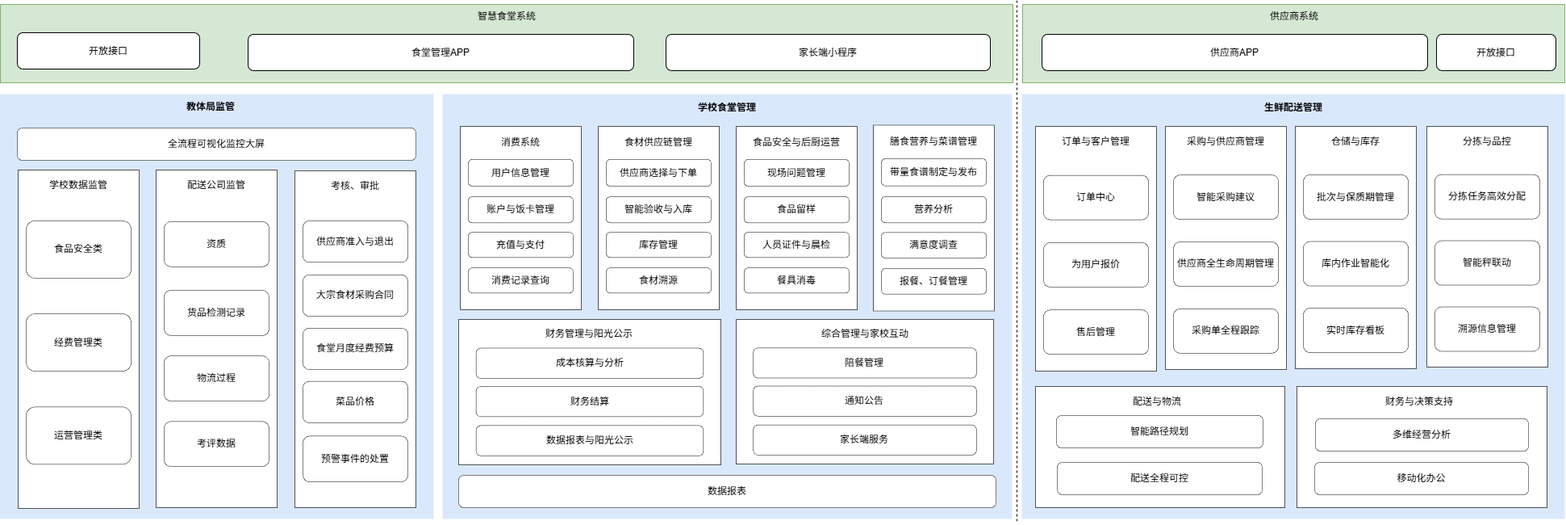
liolay/draw keeps this draw.io diagram as 阳光食堂.drawio.png. Above is the earlier version. Source tidied: cells renumbered, new cells last; positions are measured from the earlier drawing's top-left corner, leaving out a move shared by most shapes.
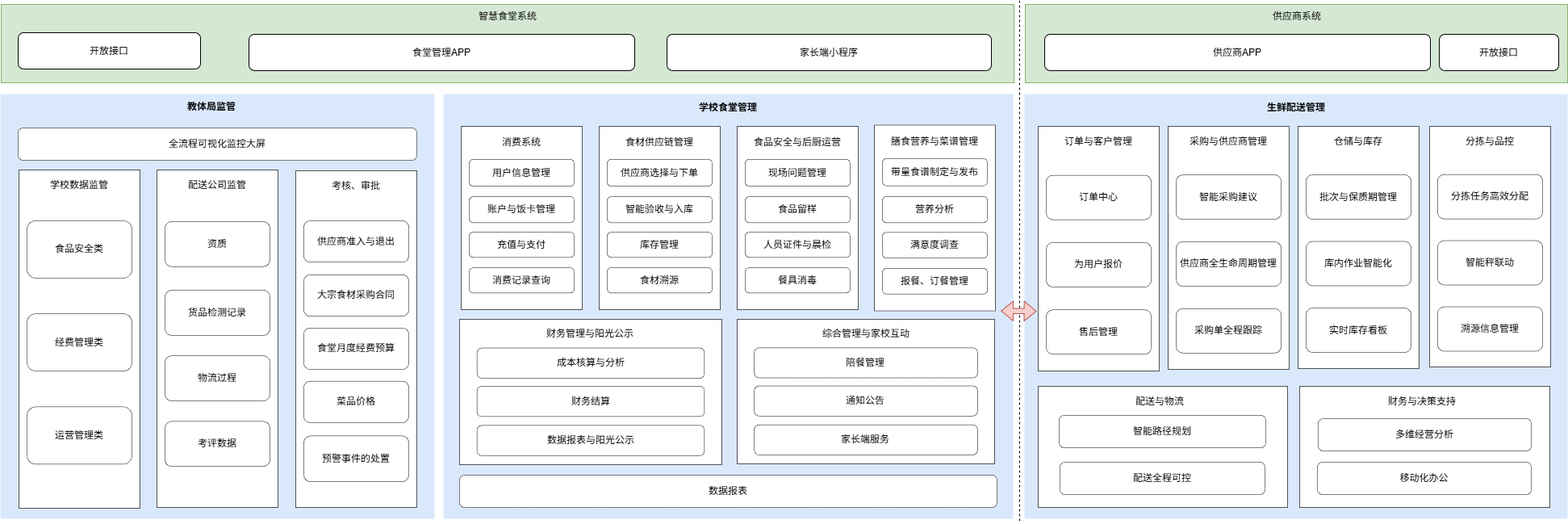
After the commit.

Commit message:
更新阳光食堂.drawio.png

The edit, as a diff of the source:
```diff
@@ -6,13 +6,13 @@
       <mxGeometry y="116" width="538" height="526" as="geometry" />
     </mxCell>
     <mxCell id="3" style="rounded=0;whiteSpace=wrap;html=1;fillColor=#dae8fc;strokeColor=none;shadow=0;glass=0;" parent="1" vertex="1">
-      <mxGeometry x="1267" y="116" width="673" height="526" as="geometry" />
+      <mxGeometry x="1269" y="116" width="673" height="526" as="geometry" />
     </mxCell>
     <mxCell id="4" value="生鲜配送管理" style="text;html=1;whiteSpace=wrap;strokeColor=none;fillColor=none;align=center;verticalAlign=middle;rounded=0;fontStyle=1;" parent="1" vertex="1">
-      <mxGeometry x="1558.5" y="118" width="90" height="30" as="geometry" />
+      <mxGeometry x="1560.5" y="118" width="90" height="30" as="geometry" />
     </mxCell>
     <mxCell id="5" style="group;" parent="1" vertex="1">
-      <mxGeometry x="1445" y="156" width="150" height="301" as="geometry" />
+      <mxGeometry x="1447" y="156" width="150" height="301" as="geometry" />
     </mxCell>
     <mxCell id="6" style="rounded=0;whiteSpace=wrap;html=1;strokeWidth=0.5;" parent="5" vertex="1">
       <mxGeometry width="150" height="301" as="geometry" />
@@ -30,7 +30,7 @@
       <mxGeometry x="10" y="225.7" width="130" height="55" as="geometry" />
     </mxCell>
     <mxCell id="11" style="group;" parent="1" vertex="1">
-      <mxGeometry x="1606" y="156" width="150" height="300" as="geometry" />
+      <mxGeometry x="1608" y="156" width="150" height="300" as="geometry" />
     </mxCell>
     <mxCell id="12" style="rounded=0;whiteSpace=wrap;html=1;strokeWidth=0.5;" parent="11" vertex="1">
       <mxGeometry width="150" height="300" as="geometry" />
@@ -48,7 +48,7 @@
       <mxGeometry x="10" y="225" width="130" height="55" as="geometry" />
     </mxCell>
     <mxCell id="17" style="group;" parent="1" vertex="1">
-      <mxGeometry x="1769" y="156" width="150" height="298" as="geometry" />
+      <mxGeometry x="1771" y="156" width="150" height="298" as="geometry" />
     </mxCell>
     <mxCell id="18" style="rounded=0;whiteSpace=wrap;html=1;strokeWidth=0.5;" parent="17" vertex="1">
       <mxGeometry width="150" height="298" as="geometry" />
@@ -66,28 +66,28 @@
       <mxGeometry x="10" y="223.5" width="130" height="55" as="geometry" />
     </mxCell>
     <mxCell id="23" style="rounded=0;whiteSpace=wrap;html=1;strokeWidth=0.5;" parent="1" vertex="1">
-      <mxGeometry x="1284" y="478" width="309" height="150" as="geometry" />
+      <mxGeometry x="1286" y="478" width="309" height="150" as="geometry" />
     </mxCell>
     <mxCell id="24" value="配送与物流" style="text;html=1;whiteSpace=wrap;strokeColor=none;fillColor=none;align=center;verticalAlign=middle;rounded=0;" parent="1" vertex="1">
-      <mxGeometry x="1395" y="487" width="80" height="20" as="geometry" />
+      <mxGeometry x="1397" y="487" width="80" height="20" as="geometry" />
     </mxCell>
     <mxCell id="25" value="智能路径规划" style="rounded=1;whiteSpace=wrap;html=1;strokeWidth=0.5;" parent="1" vertex="1">
-      <mxGeometry x="1310" y="514" width="256" height="40" as="geometry" />
+      <mxGeometry x="1312" y="514" width="256" height="40" as="geometry" />
     </mxCell>
     <mxCell id="26" value="配送全程可控" style="rounded=1;whiteSpace=wrap;html=1;strokeWidth=0.5;" parent="1" vertex="1">
-      <mxGeometry x="1311" y="572" width="254" height="40" as="geometry" />
+      <mxGeometry x="1313" y="572" width="254" height="40" as="geometry" />
     </mxCell>
     <mxCell id="27" style="rounded=0;whiteSpace=wrap;html=1;strokeWidth=0.5;" parent="1" vertex="1">
-      <mxGeometry x="1608" y="478" width="310" height="150" as="geometry" />
+      <mxGeometry x="1610" y="478" width="310" height="150" as="geometry" />
     </mxCell>
     <mxCell id="28" value="财务与决策支持" style="text;html=1;whiteSpace=wrap;strokeColor=none;fillColor=none;align=center;verticalAlign=middle;rounded=0;" parent="1" vertex="1">
-      <mxGeometry x="1705" y="487" width="110" height="20" as="geometry" />
+      <mxGeometry x="1707" y="487" width="110" height="20" as="geometry" />
     </mxCell>
     <mxCell id="29" value="多维经营分析" style="rounded=1;whiteSpace=wrap;html=1;strokeWidth=0.5;" parent="1" vertex="1">
-      <mxGeometry x="1631" y="518" width="264" height="40" as="geometry" />
+      <mxGeometry x="1633" y="518" width="264" height="40" as="geometry" />
     </mxCell>
     <mxCell id="30" value="移动化办公" style="rounded=1;whiteSpace=wrap;html=1;strokeWidth=0.5;" parent="1" vertex="1">
-      <mxGeometry x="1630" y="572" width="265" height="40" as="geometry" />
+      <mxGeometry x="1632" y="572" width="265" height="40" as="geometry" />
     </mxCell>
     <mxCell id="31" value="全流程可视化监控大屏" style="rounded=1;whiteSpace=wrap;html=1;strokeWidth=0.5;" parent="1" vertex="1">
       <mxGeometry x="22" y="158" width="494" height="40" as="geometry" />
@@ -276,7 +276,7 @@
       <mxGeometry x="21.3" y="130.6" width="276.5" height="37.2" as="geometry" />
     </mxCell>
     <mxCell id="93" style="group;" parent="1" vertex="1">
-      <mxGeometry x="1284" y="156" width="150" height="303" as="geometry" />
+      <mxGeometry x="1286" y="156" width="150" height="303" as="geometry" />
     </mxCell>
     <mxCell id="94" style="group;" parent="93" vertex="1">
       <mxGeometry width="150" height="303" as="geometry" />
@@ -300,7 +300,7 @@
       <mxGeometry x="1" y="5" width="1255" height="97" as="geometry" />
     </mxCell>
     <mxCell id="101" style="rounded=0;whiteSpace=wrap;html=1;fillColor=#d5e8d4;strokeColor=#82b366;" parent="1" vertex="1">
-      <mxGeometry x="1268" y="5" width="672" height="97" as="geometry" />
+      <mxGeometry x="1270" y="5" width="672" height="97" as="geometry" />
     </mxCell>
     <mxCell id="102" value="智慧食堂系统" style="rounded=0;whiteSpace=wrap;html=1;fillColor=none;strokeColor=none;" parent="1" vertex="1">
       <mxGeometry x="568.5" y="5" width="120" height="30" as="geometry" />
@@ -315,19 +315,25 @@
       <mxGeometry x="826" y="42" width="402" height="45" as="geometry" />
     </mxCell>
     <mxCell id="106" value="供应商系统" style="rounded=0;whiteSpace=wrap;html=1;fillColor=none;strokeColor=none;" parent="1" vertex="1">
-      <mxGeometry x="1544.5" y="5" width="120" height="30" as="geometry" />
+      <mxGeometry x="1546.5" y="5" width="120" height="30" as="geometry" />
     </mxCell>
     <mxCell id="107" value="供应商APP" style="rounded=1;whiteSpace=wrap;html=1;" parent="1" vertex="1">
-      <mxGeometry x="1292" y="42" width="478" height="45" as="geometry" />
+      <mxGeometry x="1294" y="42" width="478" height="45" as="geometry" />
     </mxCell>
     <mxCell id="108" value="开放接口" style="rounded=1;whiteSpace=wrap;html=1;" parent="1" vertex="1">
-      <mxGeometry x="1781" y="42" width="148" height="45" as="geometry" />
+      <mxGeometry x="1783" y="42" width="148" height="45" as="geometry" />
     </mxCell>
     <mxCell id="109" style="endArrow=none;dashed=1;html=1;rounded=0;" parent="1" edge="1">
       <mxGeometry relative="1" as="geometry">
-        <mxPoint x="1261" as="sourcePoint" />
-        <mxPoint x="1261" y="647" as="targetPoint" />
+        <mxPoint x="1263" as="sourcePoint" />
+        <mxPoint x="1263" y="647" as="targetPoint" />
       </mxGeometry>
     </mxCell>
+    <mxCell id="110" style="shape=flexArrow;endArrow=classic;startArrow=classic;html=1;rounded=0;fillColor=#f8cecc;strokeColor=#b85450;width=6.428571428571429;endSize=4.628571428571429;startWidth=16.83673469387755;startSize=4.628571428571429;endWidth=16.83673469387755;" parent="1" edge="1">
+      <mxGeometry relative="1" as="geometry">
+        <mxPoint x="1239.7" y="384.5" as="sourcePoint" />
+        <mxPoint x="1284" y="385" as="targetPoint" />
+      </mxGeometry>
+    </mxCell>
   </root>
 </mxGraphModel>
```
